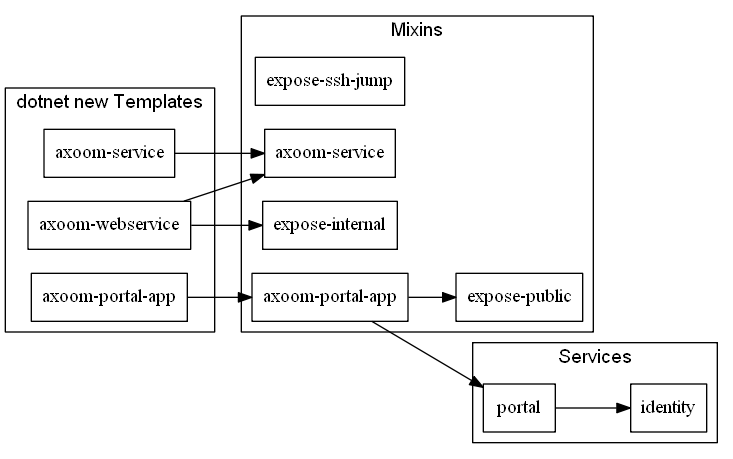
This is doc/hierarchy.png from AXOOM/charts, a Graphviz export, as it was before one commit. Its source is kept beside it as doc/hierarchy.dot. Its diagram source:
```dot
digraph {
	graph [fontname=Arial]
    node [shape=box]
    rankdir = LR;

    subgraph cluster_templates {
        label = "dotnet new Templates";

        axxom_service_t [label="axoom-service"];
        axoom_webservice_t [label="axoom-webservice"];
        axoom_portal_app_t [label="axoom-portal-app"];
    }

    subgraph cluster_mixins {
        label = "Mixins";

        expose_ssh_jump [label="expose-ssh-jump"];
        expose_internal [label="expose-internal"];
        expose_public [label="expose-public"];
        axoom_service [label="axoom-service"];
        axoom_portal_app [label="axoom-portal-app"];
    }

    subgraph cluster_services {
        label = "Services";

        portal [label="portal"];
        identity [label="identity"];
    }

    {axxom_service_t axoom_webservice_t} -> axoom_service;
    axoom_webservice_t -> expose_internal;
    axoom_portal_app -> expose_public;
    axoom_portal_app_t -> axoom_portal_app;
    axoom_portal_app -> portal -> identity;
}
```
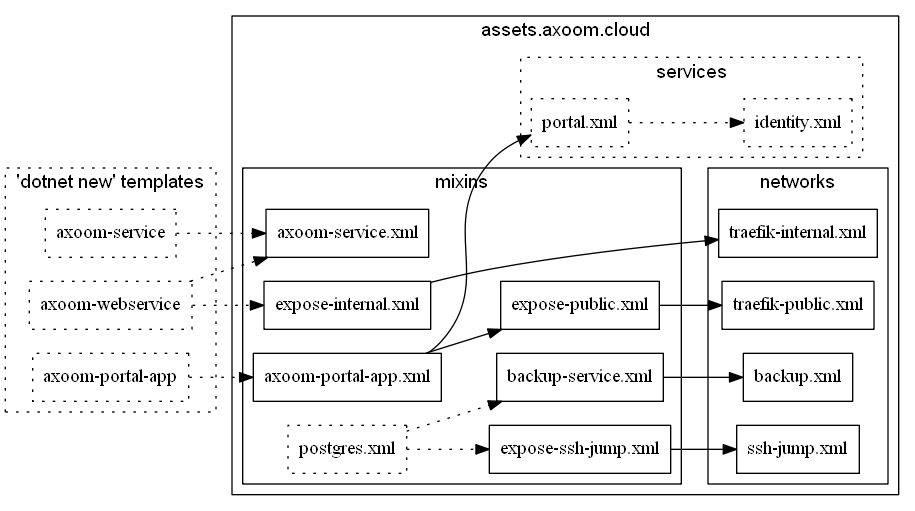
The same file after the commit.

Commit message:
Introduced Backup Service Mixin

What changed in the source:
```diff
@@ -4,33 +4,58 @@
     rankdir = LR;
 
     subgraph cluster_templates {
-        label = "dotnet new Templates";
+        label="'dotnet new' templates";
+        style=dotted;
 
-        axxom_service_t [label="axoom-service"];
-        axoom_webservice_t [label="axoom-webservice"];
-        axoom_portal_app_t [label="axoom-portal-app"];
+        axxom_service_t [label="axoom-service", style=dotted];
+        axoom_webservice_t [label="axoom-webservice", style=dotted];
+        axoom_portal_app_t [label="axoom-portal-app", style=dotted];
     }
 
-    subgraph cluster_mixins {
-        label = "Mixins";
+    subgraph cluster_assets {
+        label="assets.axoom.cloud";
 
-        expose_ssh_jump [label="expose-ssh-jump"];
-        expose_internal [label="expose-internal"];
-        expose_public [label="expose-public"];
-        axoom_service [label="axoom-service"];
-        axoom_portal_app [label="axoom-portal-app"];
+        subgraph cluster_mixins {
+            label="mixins";
+
+            postgres [label="postgres.xml", style=dotted];
+
+            backup_service [label="backup-service.xml"];
+            expose_ssh_jump [label="expose-ssh-jump.xml"];
+            expose_internal [label="expose-internal.xml"];
+            expose_public [label="expose-public.xml"];
+            axoom_service [label="axoom-service.xml"];
+            axoom_portal_app [label="axoom-portal-app.xml"];
+        }
+
+        subgraph cluster_networks {
+            label="networks";
+
+            backup [label="backup.xml"];
+            ssh_jump [label="ssh-jump.xml"];
+            traefik_internal [label="traefik-internal.xml"];
+            traefik_public [label="traefik-public.xml"];
+
+        }
+
+        subgraph cluster_services {
+            label="services";
+            style=dotted;
+
+            portal [label="portal.xml", style=dotted];
+            identity [label="identity.xml", style=dotted];
+        }
     }
 
-    subgraph cluster_services {
-        label = "Services";
+    expose_internal -> traefik_internal;
+    axoom_portal_app -> expose_public -> traefik_public;
+    axoom_portal_app -> portal;
+    backup_service -> backup;
+    expose_ssh_jump -> ssh_jump;
 
-        portal [label="portal"];
-        identity [label="identity"];
-    }
-
-    {axxom_service_t axoom_webservice_t} -> axoom_service;
-    axoom_webservice_t -> expose_internal;
-    axoom_portal_app -> expose_public;
-    axoom_portal_app_t -> axoom_portal_app;
-    axoom_portal_app -> portal -> identity;
+    {axxom_service_t axoom_webservice_t} -> axoom_service [style=dotted];
+    axoom_webservice_t -> expose_internal [style=dotted];
+    axoom_portal_app_t -> axoom_portal_app [style=dotted];
+    portal -> identity [style=dotted];
+    postgres -> {backup_service expose_ssh_jump} [style=dotted];
 }
```
